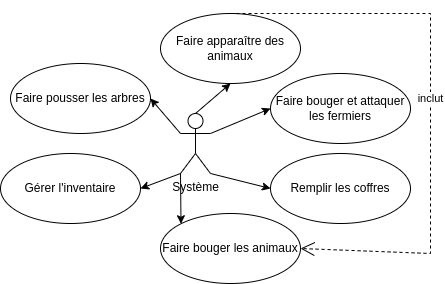
Before: doc/Diagrammes/Diagramme_de_cas_d'utilisation_systeme.png, a diagram exported from draw.io (laisnmat/kotlin-game). Source tidied: cells renumbered, new cells last; positions are measured from the earlier drawing's top-left corner, leaving out a move shared by most shapes. Source of this version:
```xml
<mxGraphModel>
  <root>
    <mxCell id="0" />
    <mxCell id="1" parent="0" />
    <mxCell id="2" value="Système" style="shape=umlActor;verticalLabelPosition=bottom;verticalAlign=top;html=1;" parent="1" vertex="1">
      <mxGeometry x="180" y="100" width="30" height="60" as="geometry" />
    </mxCell>
    <mxCell id="3" value="Faire apparaître des animaux" style="ellipse;whiteSpace=wrap;html=1;" parent="1" vertex="1">
      <mxGeometry x="160" width="140" height="70" as="geometry" />
    </mxCell>
    <mxCell id="4" value="Remplir les coffres" style="ellipse;whiteSpace=wrap;html=1;" parent="1" vertex="1">
      <mxGeometry x="270" y="140" width="140" height="70" as="geometry" />
    </mxCell>
    <mxCell id="5" value="Faire bouger les animaux" style="ellipse;whiteSpace=wrap;html=1;" parent="1" vertex="1">
      <mxGeometry x="160" y="200" width="140" height="70" as="geometry" />
    </mxCell>
    <mxCell id="6" value="Faire bouger et attaquer les fermiers" style="ellipse;whiteSpace=wrap;html=1;" parent="1" vertex="1">
      <mxGeometry x="270" y="60" width="140" height="70" as="geometry" />
    </mxCell>
    <mxCell id="7" style="endArrow=classic;html=1;rounded=0;exitX=0;exitY=1;exitDx=0;exitDy=0;exitPerimeter=0;entryX=0;entryY=0;entryDx=0;entryDy=0;" parent="1" edge="1" source="2" target="5">
      <mxGeometry relative="1" as="geometry" />
    </mxCell>
    <mxCell id="8" style="endArrow=classic;html=1;rounded=0;exitX=1;exitY=1;exitDx=0;exitDy=0;exitPerimeter=0;entryX=0;entryY=0.5;entryDx=0;entryDy=0;" parent="1" edge="1" source="2" target="4">
      <mxGeometry relative="1" as="geometry" />
    </mxCell>
    <mxCell id="9" style="endArrow=classic;html=1;rounded=0;exitX=1;exitY=0.3333333333333333;exitDx=0;exitDy=0;exitPerimeter=0;entryX=0;entryY=0.5;entryDx=0;entryDy=0;" parent="1" edge="1" source="2" target="6">
      <mxGeometry relative="1" as="geometry" />
    </mxCell>
    <mxCell id="10" style="endArrow=classic;html=1;rounded=0;exitX=0.5;exitY=0;exitDx=0;exitDy=0;exitPerimeter=0;entryX=0.5;entryY=1;entryDx=0;entryDy=0;" parent="1" edge="1" source="2" target="3">
      <mxGeometry relative="1" as="geometry" />
    </mxCell>
    <mxCell id="11" value="inclut" style="endArrow=open;endSize=12;dashed=1;html=1;rounded=0;exitX=0.5;exitY=0;exitDx=0;exitDy=0;entryX=1;entryY=0.5;entryDx=0;entryDy=0;" parent="1" edge="1" source="3" target="5">
      <mxGeometry relative="1" as="geometry">
        <Array as="points">
          <mxPoint x="430" />
          <mxPoint x="430" y="240" />
        </Array>
      </mxGeometry>
    </mxCell>
    <mxCell id="12" value="Faire pousser les arbres" style="ellipse;whiteSpace=wrap;html=1;" parent="1" vertex="1">
      <mxGeometry x="10" y="50" width="140" height="70" as="geometry" />
    </mxCell>
    <mxCell id="13" style="endArrow=classic;html=1;rounded=0;exitX=0;exitY=0.3333333333333333;exitDx=0;exitDy=0;exitPerimeter=0;entryX=1;entryY=0.5;entryDx=0;entryDy=0;" parent="1" edge="1" source="2" target="12">
      <mxGeometry relative="1" as="geometry" />
    </mxCell>
    <mxCell id="14" value="Gérer l'inventaire" style="ellipse;whiteSpace=wrap;html=1;" parent="1" vertex="1">
      <mxGeometry y="140" width="140" height="70" as="geometry" />
    </mxCell>
    <mxCell id="15" style="endArrow=classic;html=1;rounded=0;exitX=0;exitY=1;exitDx=0;exitDy=0;exitPerimeter=0;entryX=1;entryY=0.5;entryDx=0;entryDy=0;" parent="1" edge="1" source="2" target="14">
      <mxGeometry relative="1" as="geometry" />
    </mxCell>
  </root>
</mxGraphModel>
```
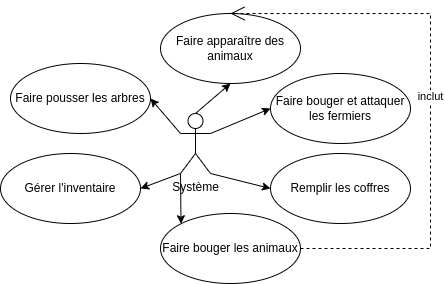
The same diagram one commit later.

Commit message:
Mise à jour cas d'utilisation système

What changed in the source:
```diff
@@ -29,11 +29,11 @@
     <mxCell id="10" style="endArrow=classic;html=1;rounded=0;exitX=0.5;exitY=0;exitDx=0;exitDy=0;exitPerimeter=0;entryX=0.5;entryY=1;entryDx=0;entryDy=0;" parent="1" edge="1" source="2" target="3">
       <mxGeometry relative="1" as="geometry" />
     </mxCell>
-    <mxCell id="11" value="inclut" style="endArrow=open;endSize=12;dashed=1;html=1;rounded=0;exitX=0.5;exitY=0;exitDx=0;exitDy=0;entryX=1;entryY=0.5;entryDx=0;entryDy=0;" parent="1" edge="1" source="3" target="5">
+    <mxCell id="11" value="inclut" style="endArrow=open;endSize=12;dashed=1;html=1;rounded=0;exitX=1;exitY=0.5;exitDx=0;exitDy=0;entryX=0.5;entryY=0;entryDx=0;entryDy=0;" parent="1" edge="1" source="5" target="3">
       <mxGeometry relative="1" as="geometry">
         <Array as="points">
+          <mxPoint x="430" y="235" />
           <mxPoint x="430" />
-          <mxPoint x="430" y="240" />
         </Array>
       </mxGeometry>
     </mxCell>
```
